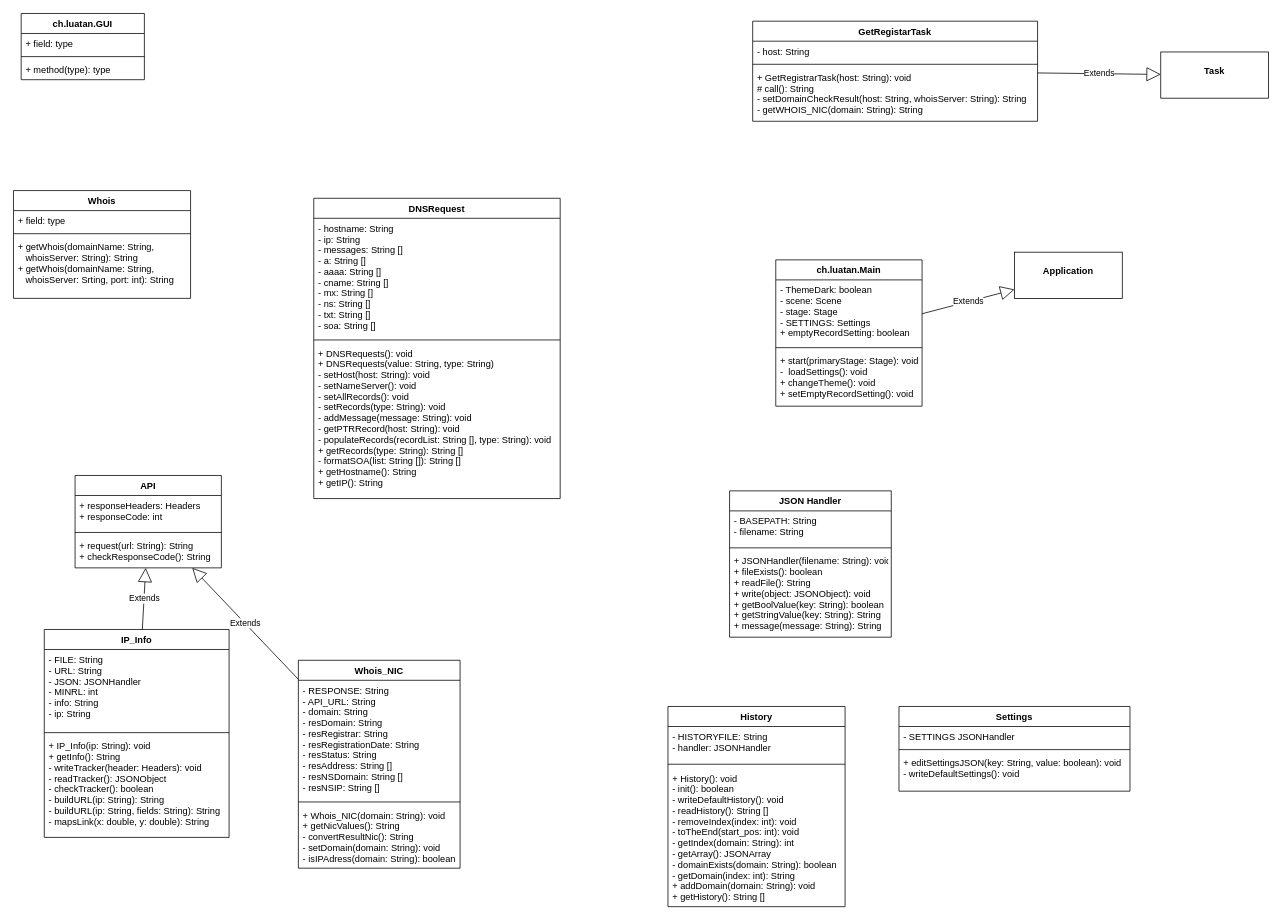
Before: resources/Diagrams/DNS_Resolver.drawio in Luatan/DNSResolver, a draw.io diagram. Source tidied: cells renumbered, new cells numbered last; positions are measured from the earlier drawing's top-left corner, leaving out a move shared by most shapes. Both pictures are drawn from the tidied source at 77%, with x=0, y=0 at pixel (13, 13).
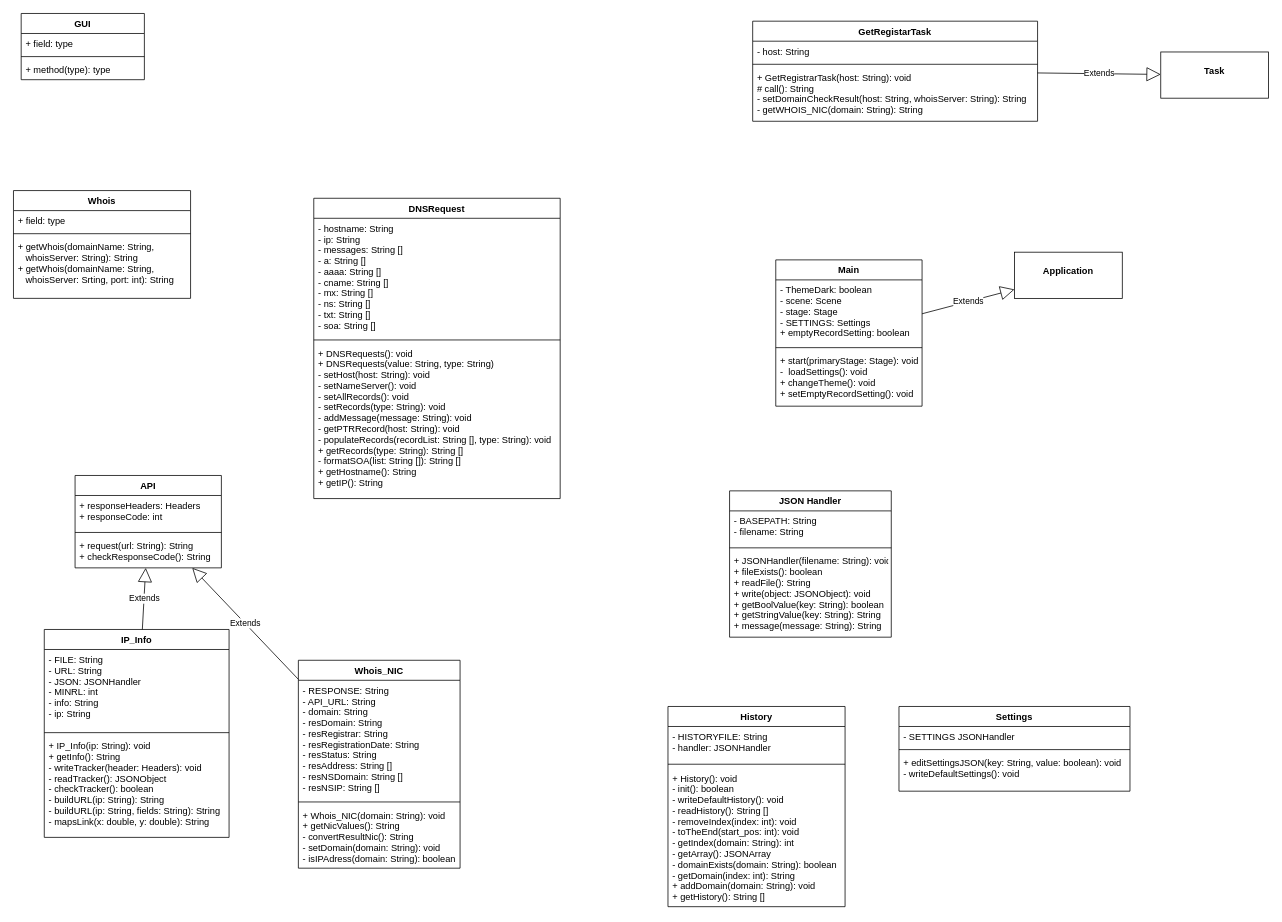
After the change.

The edit, as a diff of the source:
```diff
@@
-    <mxCell id="18" value="ch.luatan.GUI" style="swimlane;fontStyle=1;align=center;verticalAlign=top;horizontal=1;startSize=26;" parent="1" vertex="1">
+    <mxCell id="18" value="GUI" style="swimlane;fontStyle=1;align=center;verticalAlign=top;horizontal=1;startSize=26;" parent="1" vertex="1">
       <mxGeometry x="10" width="160" height="86" as="geometry" />
     </mxCell>
@@
-    <mxCell id="36" value="ch.luatan.Main" style="swimlane;fontStyle=1;align=center;verticalAlign=top;horizontal=1;startSize=26;" parent="1" vertex="1">
+    <mxCell id="36" value="Main" style="swimlane;fontStyle=1;align=center;verticalAlign=top;horizontal=1;startSize=26;" parent="1" vertex="1">
       <mxGeometry x="990" y="320" width="190" height="190" as="geometry" />
     </mxCell>
```
